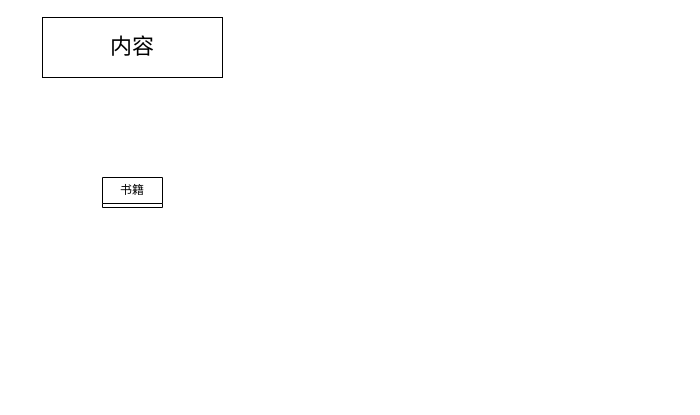
Above: page "第 2 页" (2 of 4) of wisdom-content.drawio in joywt/drowin-folder (draw.io), before the change. Source tidied: cells renumbered, new cells numbered last; positions are measured from the earlier drawing's top-left corner, leaving out a move shared by most shapes. Both pictures are drawn from the tidied source at 100%, with x=0, y=0 at pixel (42, 17).
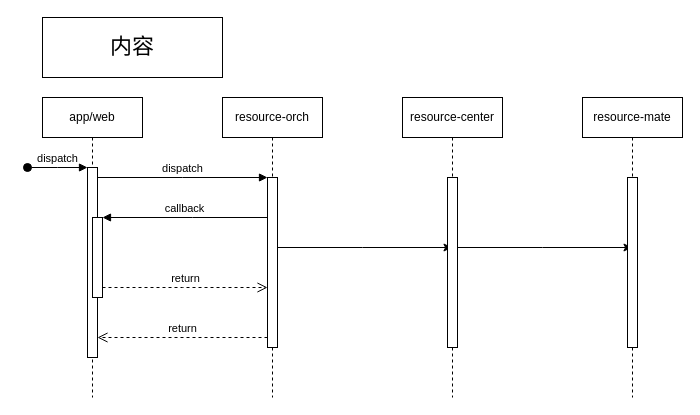
The same diagram, later.

Change to the diagram source:
```diff
@@
-    <mxCell id="2" value="书籍" style="swimlane;fontStyle=0;horizontal=1;startSize=26;fillColor=none;whiteSpace=wrap;html=1;" parent="1" vertex="1" collapsed="1">
-      <mxGeometry x="60" y="160" width="60" height="30" as="geometry" />
-    </mxCell>
@@
+    <mxCell id="4" value="app/web" style="shape=umlLifeline;perimeter=lifelinePerimeter;whiteSpace=wrap;html=1;newEdgeStyle={&quot;edgeStyle&quot;:&quot;elbowEdgeStyle&quot;,&quot;elbow&quot;:&quot;vertical&quot;,&quot;curved&quot;:0,&quot;rounded&quot;:0};" parent="1" vertex="1">
+      <mxGeometry y="80" width="100" height="300" as="geometry" />
+    </mxCell>
+    <mxCell id="5" style="html=1;points=[];perimeter=orthogonalPerimeter;outlineConnect=0;targetShapes=umlLifeline;portConstraint=eastwest;newEdgeStyle={&quot;edgeStyle&quot;:&quot;elbowEdgeStyle&quot;,&quot;elbow&quot;:&quot;vertical&quot;,&quot;curved&quot;:0,&quot;rounded&quot;:0};" parent="4" vertex="1">
+      <mxGeometry x="45" y="70" width="10" height="190" as="geometry" />
+    </mxCell>
+    <mxCell id="6" value="dispatch" style="html=1;verticalAlign=bottom;startArrow=oval;endArrow=block;startSize=8;edgeStyle=elbowEdgeStyle;elbow=vertical;curved=0;rounded=0;" parent="4" edge="1" target="5">
+      <mxGeometry relative="1" as="geometry">
+        <mxPoint x="-15" y="70" as="sourcePoint" />
+      </mxGeometry>
+    </mxCell>
+    <mxCell id="7" style="html=1;points=[];perimeter=orthogonalPerimeter;outlineConnect=0;targetShapes=umlLifeline;portConstraint=eastwest;newEdgeStyle={&quot;edgeStyle&quot;:&quot;elbowEdgeStyle&quot;,&quot;elbow&quot;:&quot;vertical&quot;,&quot;curved&quot;:0,&quot;rounded&quot;:0};" parent="4" vertex="1">
+      <mxGeometry x="50" y="120" width="10" height="80" as="geometry" />
+    </mxCell>
+    <mxCell id="8" style="edgeStyle=elbowEdgeStyle;rounded=0;jettySize=auto;html=1;elbow=vertical;curved=0;" parent="1" edge="1" source="9" target="16">
+      <mxGeometry relative="1" as="geometry" />
+    </mxCell>
+    <mxCell id="9" value="resource-orch" style="shape=umlLifeline;perimeter=lifelinePerimeter;whiteSpace=wrap;html=1;outlineConnect=0;portConstraint=eastwest;newEdgeStyle={&quot;edgeStyle&quot;:&quot;elbowEdgeStyle&quot;,&quot;elbow&quot;:&quot;vertical&quot;,&quot;curved&quot;:0,&quot;rounded&quot;:0};" parent="1" vertex="1">
+      <mxGeometry x="180" y="80" width="100" height="300" as="geometry" />
+    </mxCell>
+    <mxCell id="10" style="html=1;points=[];perimeter=orthogonalPerimeter;outlineConnect=0;targetShapes=umlLifeline;portConstraint=eastwest;newEdgeStyle={&quot;edgeStyle&quot;:&quot;elbowEdgeStyle&quot;,&quot;elbow&quot;:&quot;vertical&quot;,&quot;curved&quot;:0,&quot;rounded&quot;:0};" parent="9" vertex="1">
+      <mxGeometry x="45" y="80" width="10" height="170" as="geometry" />
+    </mxCell>
+    <mxCell id="11" value="dispatch" style="html=1;verticalAlign=bottom;endArrow=block;edgeStyle=elbowEdgeStyle;elbow=vertical;curved=0;rounded=0;" parent="1" edge="1" source="5" target="10">
+      <mxGeometry relative="1" as="geometry">
+        <Array as="points">
+          <mxPoint x="140" y="160" />
+        </Array>
+      </mxGeometry>
+    </mxCell>
+    <mxCell id="12" value="return" style="html=1;verticalAlign=bottom;endArrow=open;dashed=1;endSize=8;edgeStyle=elbowEdgeStyle;elbow=vertical;curved=0;rounded=0;" parent="1" edge="1" source="10" target="5">
+      <mxGeometry relative="1" as="geometry">
+        <Array as="points">
+          <mxPoint x="150" y="320" />
+        </Array>
+      </mxGeometry>
+    </mxCell>
+    <mxCell id="13" value="callback" style="html=1;verticalAlign=bottom;endArrow=block;edgeStyle=elbowEdgeStyle;elbow=vertical;curved=0;rounded=0;" parent="1" edge="1" source="10" target="7">
+      <mxGeometry relative="1" as="geometry">
+        <Array as="points">
+          <mxPoint x="150" y="200" />
+        </Array>
+      </mxGeometry>
+    </mxCell>
+    <mxCell id="14" value="return" style="html=1;verticalAlign=bottom;endArrow=open;dashed=1;endSize=8;edgeStyle=elbowEdgeStyle;elbow=vertical;curved=0;rounded=0;" parent="1" edge="1" source="7" target="10">
+      <mxGeometry relative="1" as="geometry">
+        <Array as="points">
+          <mxPoint x="140" y="270" />
+        </Array>
+      </mxGeometry>
+    </mxCell>
+    <mxCell id="15" style="edgeStyle=elbowEdgeStyle;rounded=0;jettySize=auto;html=1;elbow=vertical;curved=0;" parent="1" edge="1" source="16" target="18">
+      <mxGeometry relative="1" as="geometry" />
+    </mxCell>
+    <mxCell id="16" value="resource-center" style="shape=umlLifeline;perimeter=lifelinePerimeter;whiteSpace=wrap;html=1;outlineConnect=0;portConstraint=eastwest;newEdgeStyle={&quot;edgeStyle&quot;:&quot;elbowEdgeStyle&quot;,&quot;elbow&quot;:&quot;vertical&quot;,&quot;curved&quot;:0,&quot;rounded&quot;:0};" parent="1" vertex="1">
+      <mxGeometry x="360" y="80" width="100" height="300" as="geometry" />
+    </mxCell>
+    <mxCell id="17" style="html=1;perimeter=orthogonalPerimeter;targetShapes=umlLifeline;newEdgeStyle={&quot;edgeStyle&quot;:&quot;elbowEdgeStyle&quot;,&quot;elbow&quot;:&quot;vertical&quot;,&quot;curved&quot;:0,&quot;rounded&quot;:0};" parent="16" vertex="1">
+      <mxGeometry x="45" y="80" width="10" height="170" as="geometry" />
+    </mxCell>
+    <mxCell id="18" value="resource-mate" style="shape=umlLifeline;perimeter=lifelinePerimeter;whiteSpace=wrap;html=1;outlineConnect=0;portConstraint=eastwest;newEdgeStyle={&quot;edgeStyle&quot;:&quot;elbowEdgeStyle&quot;,&quot;elbow&quot;:&quot;vertical&quot;,&quot;curved&quot;:0,&quot;rounded&quot;:0};" parent="1" vertex="1">
+      <mxGeometry x="540" y="80" width="100" height="300" as="geometry" />
+    </mxCell>
+    <mxCell id="19" style="html=1;perimeter=orthogonalPerimeter;targetShapes=umlLifeline;newEdgeStyle={&quot;edgeStyle&quot;:&quot;elbowEdgeStyle&quot;,&quot;elbow&quot;:&quot;vertical&quot;,&quot;curved&quot;:0,&quot;rounded&quot;:0};" parent="18" vertex="1">
+      <mxGeometry x="45" y="80" width="10" height="170" as="geometry" />
+    </mxCell>
```
